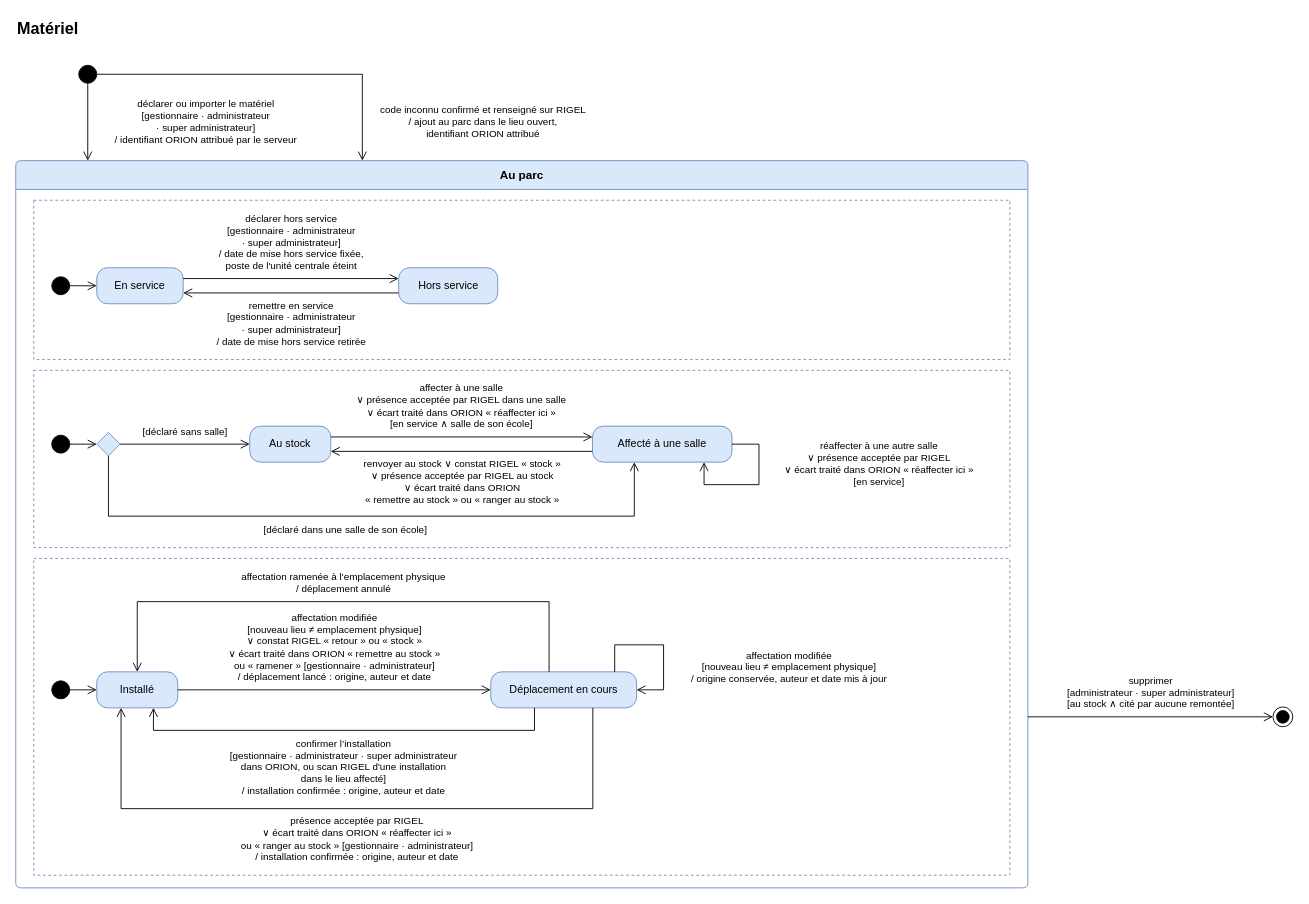
This is page "Matériel" (3 of 4) of docs/02-ANALYSE/03-ANALYSE/01-DIAGRAMMES-ETATS.drawio from bpierrelouis/aster, a draw.io file, before an edit. Source tidied: cells renumbered, new cells numbered last; positions are measured from the earlier drawing's top-left corner, leaving out a move shared by most shapes. Both pictures are drawn from the tidied source at 90%, with x=0, y=0 at pixel (15, 15).
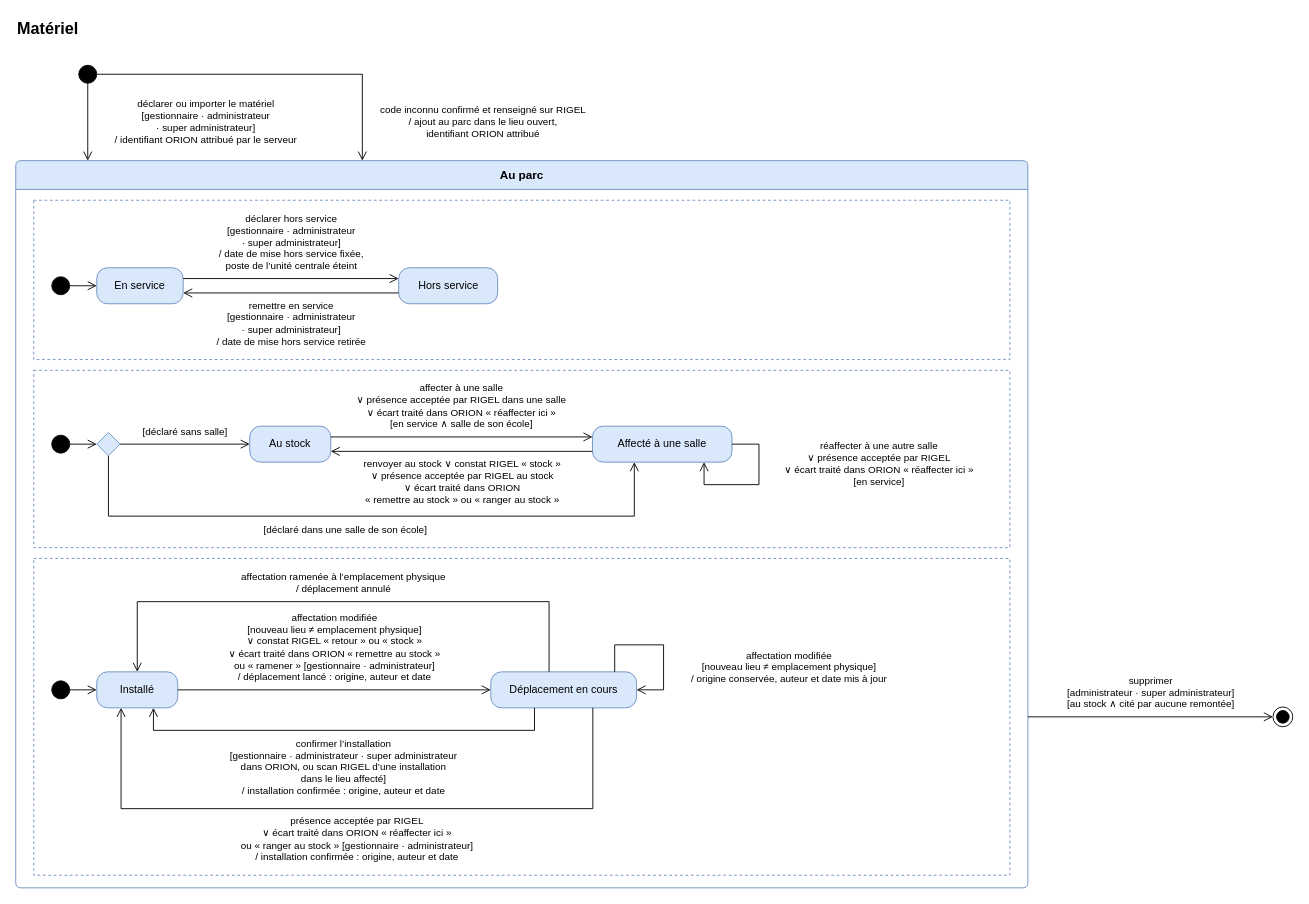
After the change.

Unchanged cells that the change refers to:
```xml
<mxCell id="9" value="En service" style="rounded=1;arcSize=30;whiteSpace=wrap;html=1;fontSize=12;fillColor=#dae8fc;strokeColor=#6c8ebf;" parent="5" vertex="1">
  <mxGeometry x="70" y="75" width="96" height="40" as="geometry" />
</mxCell>
<mxCell id="10" value="Hors service" style="rounded=1;arcSize=30;whiteSpace=wrap;html=1;fontSize=12;fillColor=#dae8fc;strokeColor=#6c8ebf;" parent="5" vertex="1">
  <mxGeometry x="405.5" y="75" width="110" height="40" as="geometry" />
</mxCell>
<mxCell id="16" value="Installé" style="rounded=1;arcSize=30;whiteSpace=wrap;html=1;fontSize=12;fillColor=#dae8fc;strokeColor=#6c8ebf;" parent="7" vertex="1">
  <mxGeometry x="70" y="126" width="90" height="40" as="geometry" />
</mxCell>
<mxCell id="17" value="Déplacement en cours" style="rounded=1;arcSize=30;whiteSpace=wrap;html=1;fontSize=12;fillColor=#dae8fc;strokeColor=#6c8ebf;" parent="7" vertex="1">
  <mxGeometry x="507.8" y="126" width="162" height="40" as="geometry" />
</mxCell>
```

Change to the diagram source:
```diff
@@
-    <mxCell id="23" value="déclarer hors service&lt;br&gt;[gestionnaire · administrateur&lt;br&gt;· super administrateur]&lt;br&gt;/ date de mise hors service fixée,&lt;br&gt;poste de l'unité centrale éteint" style="edgeStyle=orthogonalEdgeStyle;endArrow=open;endSize=8;html=1;rounded=0;fontSize=11;labelBackgroundColor=#ffffff;jumpStyle=arc;jumpSize=10;exitX=1;exitY=0.3;exitDx=0;exitDy=0;entryX=0;entryY=0.3;entryDx=0;entryDy=0;" parent="1" edge="1" source="9" target="10">
+    <mxCell id="23" value="déclarer hors service&lt;br&gt;[gestionnaire · administrateur&lt;br&gt;· super administrateur]&lt;br&gt;/ date de mise hors service fixée,&lt;br&gt;poste de l’unité centrale éteint" style="edgeStyle=orthogonalEdgeStyle;endArrow=open;endSize=8;html=1;rounded=0;fontSize=11;labelBackgroundColor=#ffffff;jumpStyle=arc;jumpSize=10;exitX=1;exitY=0.3;exitDx=0;exitDy=0;entryX=0;entryY=0.3;entryDx=0;entryDy=0;" parent="1" edge="1" source="9" target="10">
       <mxGeometry relative="1" as="geometry">
         <mxPoint y="-40.5" as="offset" />
       </mxGeometry>
     </mxCell>
@@
-    <mxCell id="34" value="affectation ramenée à l'emplacement physique&lt;br&gt;/ déplacement annulé" style="edgeStyle=orthogonalEdgeStyle;endArrow=open;endSize=8;html=1;rounded=0;fontSize=11;labelBackgroundColor=#ffffff;jumpStyle=arc;jumpSize=10;exitX=0.4;exitY=0;exitDx=0;exitDy=0;entryX=0.5;entryY=0;entryDx=0;entryDy=0;" parent="1" edge="1" source="17" target="16">
+    <mxCell id="34" value="affectation ramenée à l’emplacement physique&lt;br&gt;/ déplacement annulé" style="edgeStyle=orthogonalEdgeStyle;endArrow=open;endSize=8;html=1;rounded=0;fontSize=11;labelBackgroundColor=#ffffff;jumpStyle=arc;jumpSize=10;exitX=0.4;exitY=0;exitDx=0;exitDy=0;entryX=0.5;entryY=0;entryDx=0;entryDy=0;" parent="1" edge="1" source="17" target="16">
       <mxGeometry relative="1" as="geometry">
         <Array as="points">
           <mxPoint x="592.6" y="651" />
           <mxPoint x="135" y="651" />
         </Array>
         <mxPoint y="-21" as="offset" />
       </mxGeometry>
     </mxCell>
-    <mxCell id="35" value="confirmer l’installation&lt;br&gt;[gestionnaire · administrateur · super administrateur&lt;br&gt;dans ORION, ou scan RIGEL d'une installation&lt;br&gt;dans le lieu affecté]&lt;br&gt;/ installation confirmée : origine, auteur et date" style="edgeStyle=orthogonalEdgeStyle;endArrow=open;endSize=8;html=1;rounded=0;fontSize=11;labelBackgroundColor=#ffffff;jumpStyle=arc;jumpSize=10;exitX=0.3;exitY=1;exitDx=0;exitDy=0;entryX=0.7;entryY=1;entryDx=0;entryDy=0;" parent="1" edge="1" source="17" target="16">
+    <mxCell id="35" value="confirmer l’installation&lt;br&gt;[gestionnaire · administrateur · super administrateur&lt;br&gt;dans ORION, ou scan RIGEL d’une installation&lt;br&gt;dans le lieu affecté]&lt;br&gt;/ installation confirmée : origine, auteur et date" style="edgeStyle=orthogonalEdgeStyle;endArrow=open;endSize=8;html=1;rounded=0;fontSize=11;labelBackgroundColor=#ffffff;jumpStyle=arc;jumpSize=10;exitX=0.3;exitY=1;exitDx=0;exitDy=0;entryX=0.7;entryY=1;entryDx=0;entryDy=0;" parent="1" edge="1" source="17" target="16">
       <mxGeometry relative="1" as="geometry">
         <Array as="points">
           <mxPoint x="576.4" y="794" />
           <mxPoint x="153" y="794" />
         </Array>
         <mxPoint y="40.5" as="offset" />
       </mxGeometry>
     </mxCell>
```
